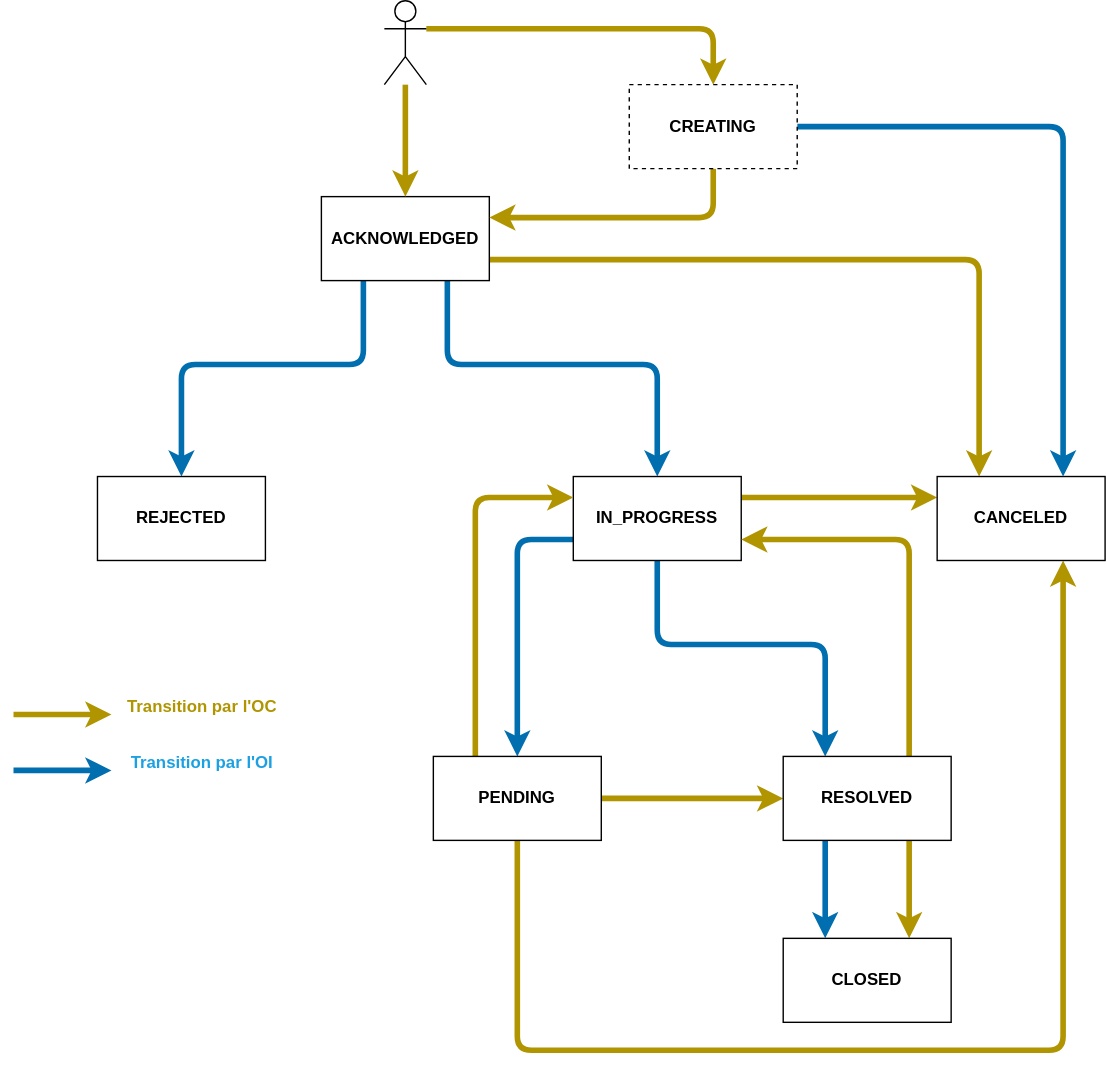
This is status.drawio.svg from before-interop/anomalieAdresse, a draw.io export, as it was before one commit. Source tidied: cells renumbered, new cells last; positions are measured from the earlier drawing's top-left corner, leaving out a move shared by most shapes.
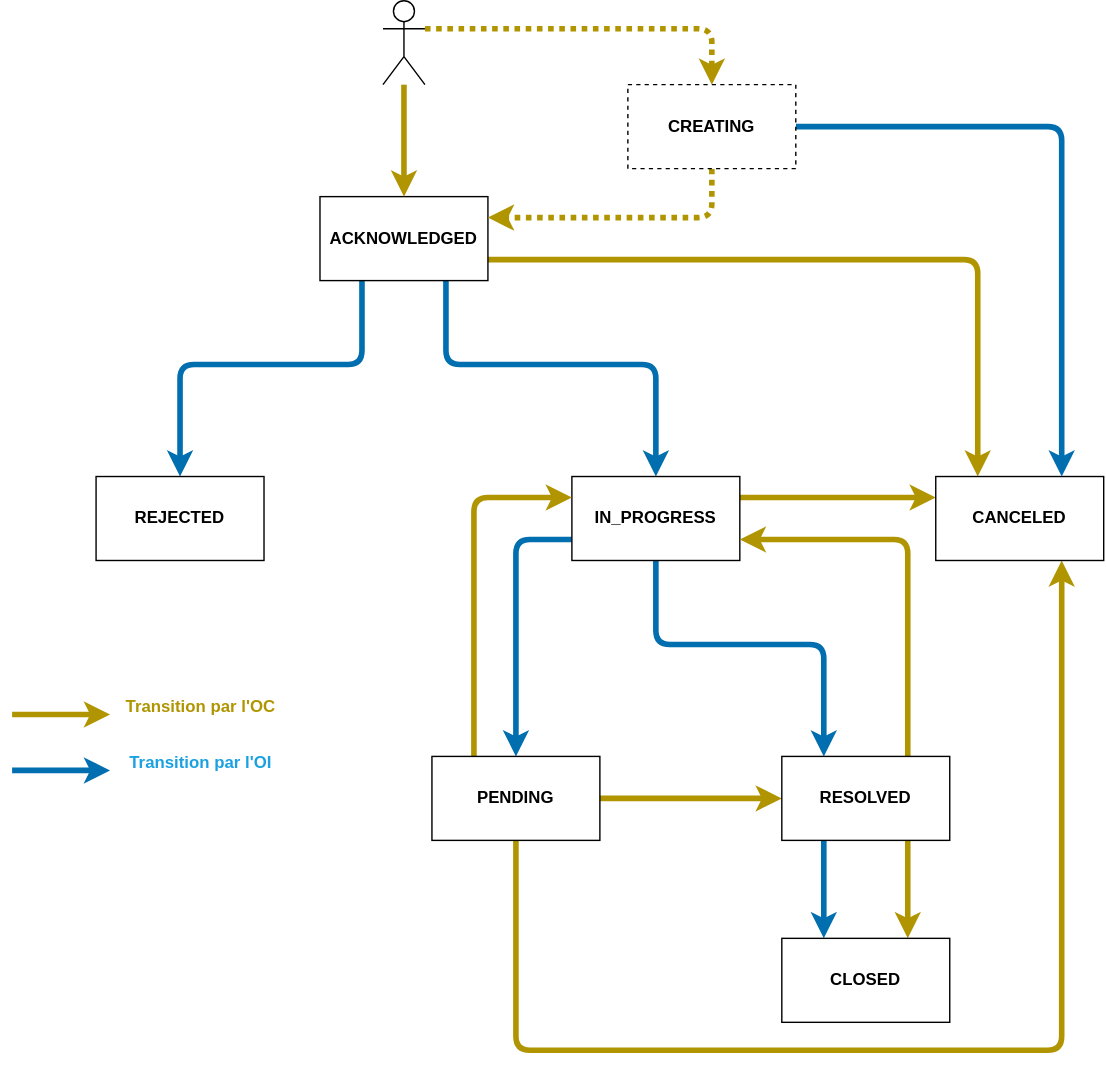
Later version of the same file.

What changed in the source:
```diff
@@ -117,7 +117,7 @@
     <mxCell id="25" style="edgeStyle=none;html=1;entryX=0.5;entryY=0;entryDx=0;entryDy=0;strokeWidth=4;fontColor=#1BA1E2;fillColor=#e3c800;strokeColor=#B09500;" parent="1" edge="1" source="27" target="5">
       <mxGeometry relative="1" as="geometry" />
     </mxCell>
-    <mxCell id="26" style="edgeStyle=none;html=1;exitX=1;exitY=0.3333333333333333;exitDx=0;exitDy=0;exitPerimeter=0;entryX=0.5;entryY=0;entryDx=0;entryDy=0;strokeWidth=4;fontColor=#1BA1E2;fillColor=#e3c800;strokeColor=#B09500;" parent="1" edge="1" source="27" target="30">
+    <mxCell id="26" style="edgeStyle=none;html=1;exitX=1;exitY=0.3333333333333333;exitDx=0;exitDy=0;exitPerimeter=0;entryX=0.5;entryY=0;entryDx=0;entryDy=0;strokeWidth=4;fontColor=#1BA1E2;fillColor=#e3c800;strokeColor=#B09500;dashed=1;dashPattern=1 1;" parent="1" edge="1" source="27" target="30">
       <mxGeometry relative="1" as="geometry">
         <Array as="points">
           <mxPoint x="500" y="20" />
@@ -127,7 +127,7 @@
     <mxCell id="27" style="shape=umlActor;verticalLabelPosition=bottom;verticalAlign=top;html=1;outlineConnect=0;fontColor=#1BA1E2;" parent="1" vertex="1">
       <mxGeometry x="265" width="30" height="60" as="geometry" />
     </mxCell>
-    <mxCell id="28" style="edgeStyle=none;html=1;entryX=1;entryY=0.25;entryDx=0;entryDy=0;strokeWidth=4;fontColor=#1BA1E2;fillColor=#e3c800;strokeColor=#B09500;" parent="1" edge="1" source="30" target="5">
+    <mxCell id="28" style="edgeStyle=none;html=1;entryX=1;entryY=0.25;entryDx=0;entryDy=0;strokeWidth=4;fontColor=#1BA1E2;fillColor=#e3c800;strokeColor=#B09500;dashed=1;dashPattern=1 1;" parent="1" edge="1" source="30" target="5">
       <mxGeometry relative="1" as="geometry">
         <Array as="points">
           <mxPoint x="500" y="155" />
```
